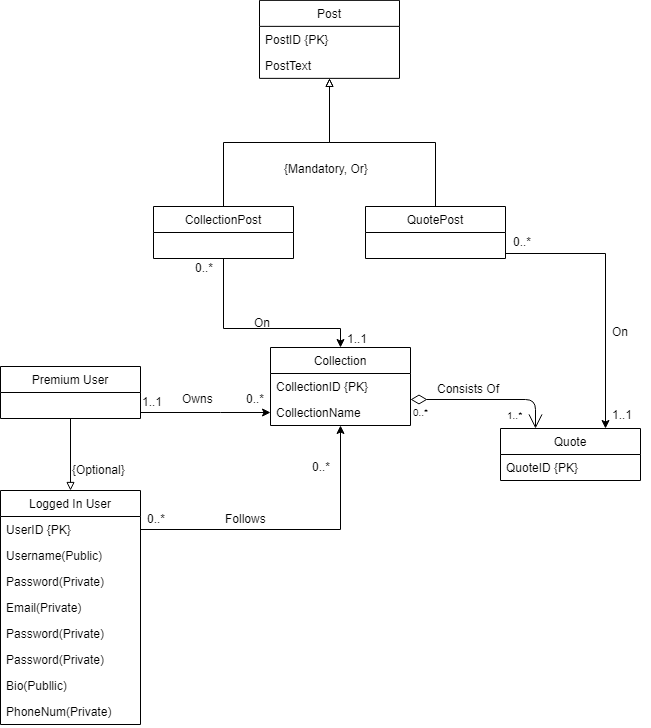
This is CS5610_final_project_uml_diagram_final_version.png from BrennanBeeler/CS5610-FinalProject, a draw.io export, as it was before one commit. Source tidied: cells renumbered, new cells last; positions are measured from the earlier drawing's top-left corner, leaving out a move shared by most shapes. The source it was exported from:
```xml
<mxGraphModel>
  <root>
    <mxCell id="0" />
    <mxCell id="1" parent="0" />
    <mxCell id="2" value="Logged In User" style="swimlane;fontStyle=0;horizontal=1;startSize=26;fillColor=none;" parent="1" vertex="1">
      <mxGeometry y="490" width="140" height="234" as="geometry" />
    </mxCell>
    <mxCell id="3" value="UserID {PK}" style="text;strokeColor=none;fillColor=none;align=left;verticalAlign=top;spacingLeft=4;spacingRight=4;overflow=hidden;points=[[0,0.5],[1,0.5]];portConstraint=eastwest;" parent="2" vertex="1">
      <mxGeometry y="26" width="140" height="26" as="geometry" />
    </mxCell>
    <mxCell id="4" value="Username(Public)" style="text;strokeColor=none;fillColor=none;align=left;verticalAlign=top;spacingLeft=4;spacingRight=4;overflow=hidden;" parent="2" vertex="1">
      <mxGeometry y="52" width="140" height="26" as="geometry" />
    </mxCell>
    <mxCell id="5" value="Password(Private)" style="text;strokeColor=none;fillColor=none;align=left;verticalAlign=top;spacingLeft=4;spacingRight=4;overflow=hidden;" parent="2" vertex="1">
      <mxGeometry y="78" width="140" height="26" as="geometry" />
    </mxCell>
    <mxCell id="6" value="Email(Private)" style="text;strokeColor=none;fillColor=none;align=left;verticalAlign=top;spacingLeft=4;spacingRight=4;overflow=hidden;" parent="2" vertex="1">
      <mxGeometry y="104" width="140" height="26" as="geometry" />
    </mxCell>
    <mxCell id="7" value="Password(Private)" style="text;strokeColor=none;fillColor=none;align=left;verticalAlign=top;spacingLeft=4;spacingRight=4;overflow=hidden;" parent="2" vertex="1">
      <mxGeometry y="130" width="140" height="26" as="geometry" />
    </mxCell>
    <mxCell id="8" value="Password(Private)" style="text;strokeColor=none;fillColor=none;align=left;verticalAlign=top;spacingLeft=4;spacingRight=4;overflow=hidden;" parent="2" vertex="1">
      <mxGeometry y="156" width="140" height="26" as="geometry" />
    </mxCell>
    <mxCell id="9" value="Bio(Publlic)" style="text;strokeColor=none;fillColor=none;align=left;verticalAlign=top;spacingLeft=4;spacingRight=4;overflow=hidden;" parent="2" vertex="1">
      <mxGeometry y="182" width="140" height="26" as="geometry" />
    </mxCell>
    <mxCell id="10" value="PhoneNum(Private)" style="text;strokeColor=none;fillColor=none;align=left;verticalAlign=top;spacingLeft=4;spacingRight=4;overflow=hidden;" parent="2" vertex="1">
      <mxGeometry y="208" width="140" height="26" as="geometry" />
    </mxCell>
    <mxCell id="11" style="edgeStyle=orthogonalEdgeStyle;rounded=0;jettySize=auto;html=1;endArrow=block;endFill=0;" parent="1" edge="1" source="12" target="2">
      <mxGeometry relative="1" as="geometry" />
    </mxCell>
    <mxCell id="12" value="Premium User" style="swimlane;fontStyle=0;horizontal=1;startSize=26;fillColor=none;" parent="1" vertex="1">
      <mxGeometry y="366" width="140" height="52" as="geometry" />
    </mxCell>
    <mxCell id="13" value="Quote" style="swimlane;fontStyle=0;horizontal=1;startSize=26;fillColor=none;" parent="1" vertex="1">
      <mxGeometry x="500" y="428" width="140" height="52" as="geometry" />
    </mxCell>
    <mxCell id="14" value="QuoteID {PK}" style="text;strokeColor=none;fillColor=none;align=left;verticalAlign=top;spacingLeft=4;spacingRight=4;overflow=hidden;" parent="13" vertex="1">
      <mxGeometry y="26" width="140" height="26" as="geometry" />
    </mxCell>
    <mxCell id="15" value="{Optional}" style="text;html=1;align=left;verticalAlign=top;spacingTop=-4;" parent="1" vertex="1">
      <mxGeometry x="70" y="460" width="70" height="20" as="geometry" />
    </mxCell>
    <mxCell id="16" value="Collection" style="swimlane;fontStyle=0;horizontal=1;startSize=26;fillColor=none;" parent="1" vertex="1">
      <mxGeometry x="270" y="347" width="140" height="78" as="geometry" />
    </mxCell>
    <mxCell id="17" value="CollectionID {PK}" style="text;strokeColor=none;fillColor=none;align=left;verticalAlign=top;spacingLeft=4;spacingRight=4;overflow=hidden;" parent="16" vertex="1">
      <mxGeometry y="26" width="140" height="26" as="geometry" />
    </mxCell>
    <mxCell id="18" value="CollectionName" style="text;strokeColor=none;fillColor=none;align=left;verticalAlign=top;spacingLeft=4;spacingRight=4;overflow=hidden;" parent="16" vertex="1">
      <mxGeometry y="52" width="140" height="26" as="geometry" />
    </mxCell>
    <mxCell id="19" style="edgeStyle=orthogonalEdgeStyle;rounded=0;jettySize=auto;html=1;exitX=1;exitY=0.5;exitDx=0;exitDy=0;" parent="1" edge="1" target="16">
      <mxGeometry relative="1" as="geometry">
        <mxPoint x="140.3" y="411.7" as="sourcePoint" />
        <Array as="points">
          <mxPoint x="220" y="412" />
          <mxPoint x="220" y="412" />
        </Array>
      </mxGeometry>
    </mxCell>
    <mxCell id="20" value="Owns" style="text;html=1;align=left;verticalAlign=top;spacingTop=-4;" parent="1" vertex="1">
      <mxGeometry x="180" y="389" width="50" height="20" as="geometry" />
    </mxCell>
    <mxCell id="21" value="1..1" style="text;html=1;align=left;verticalAlign=top;spacingTop=-4;" parent="1" vertex="1">
      <mxGeometry x="140" y="392" width="40" height="20" as="geometry" />
    </mxCell>
    <mxCell id="22" value="0..*" style="text;html=1;align=left;verticalAlign=top;spacingTop=-4;" parent="1" vertex="1">
      <mxGeometry x="244" y="389" width="30" height="20" as="geometry" />
    </mxCell>
    <mxCell id="23" style="endArrow=open;html=1;endSize=12;startArrow=diamondThin;startSize=14;startFill=0;edgeStyle=orthogonalEdgeStyle;" parent="1" edge="1" source="16" target="13">
      <mxGeometry relative="1" as="geometry">
        <Array as="points">
          <mxPoint x="535" y="399" />
        </Array>
      </mxGeometry>
    </mxCell>
    <mxCell id="24" value="0..*" style="html=1;align=left;verticalAlign=top;labelBackgroundColor=#ffffff;fontSize=10;" parent="23" vertex="1">
      <mxGeometry x="-1" relative="1" as="geometry" />
    </mxCell>
    <mxCell id="25" value="1..*" style="html=1;align=right;verticalAlign=top;labelBackgroundColor=#ffffff;fontSize=10;" parent="23" vertex="1">
      <mxGeometry x="1" relative="1" as="geometry">
        <mxPoint x="-11" y="-26" as="offset" />
      </mxGeometry>
    </mxCell>
    <mxCell id="26" style="edgeStyle=orthogonalEdgeStyle;rounded=0;jettySize=auto;html=1;exitX=1;exitY=0.5;exitDx=0;exitDy=0;" parent="1" edge="1" source="3" target="16">
      <mxGeometry relative="1" as="geometry" />
    </mxCell>
    <mxCell id="27" value="Follows" style="text;html=1;align=left;verticalAlign=top;spacingTop=-4;" parent="1" vertex="1">
      <mxGeometry x="223" y="509" width="60" height="20" as="geometry" />
    </mxCell>
    <mxCell id="28" value="0..*" style="text;html=1;align=left;verticalAlign=top;spacingTop=-4;" parent="1" vertex="1">
      <mxGeometry x="145" y="509" width="30" height="20" as="geometry" />
    </mxCell>
    <mxCell id="29" value="0..*" style="text;html=1;align=left;verticalAlign=top;spacingTop=-4;" parent="1" vertex="1">
      <mxGeometry x="310" y="457" width="30" height="20" as="geometry" />
    </mxCell>
    <mxCell id="30" value="Consists Of" style="text;html=1;align=left;verticalAlign=top;spacingTop=-4;" parent="1" vertex="1">
      <mxGeometry x="435" y="379" width="80" height="20" as="geometry" />
    </mxCell>
    <mxCell id="31" value="Post" style="swimlane;fontStyle=0;horizontal=1;startSize=26;fillColor=none;" parent="1" vertex="1">
      <mxGeometry x="259" y="-0.1" width="140" height="78" as="geometry" />
    </mxCell>
    <mxCell id="32" value="PostID {PK}" style="text;strokeColor=none;fillColor=none;align=left;verticalAlign=top;spacingLeft=4;spacingRight=4;overflow=hidden;" parent="31" vertex="1">
      <mxGeometry y="26" width="140" height="26" as="geometry" />
    </mxCell>
    <mxCell id="33" value="PostText" style="text;strokeColor=none;fillColor=none;align=left;verticalAlign=top;spacingLeft=4;spacingRight=4;overflow=hidden;" parent="31" vertex="1">
      <mxGeometry y="52" width="140" height="26" as="geometry" />
    </mxCell>
    <mxCell id="34" style="edgeStyle=orthogonalEdgeStyle;rounded=0;jettySize=auto;html=1;exitX=0.5;exitY=0;exitDx=0;exitDy=0;endArrow=block;endFill=0;" parent="1" edge="1" source="35" target="31">
      <mxGeometry relative="1" as="geometry" />
    </mxCell>
    <mxCell id="35" value="CollectionPost" style="swimlane;fontStyle=0;horizontal=1;startSize=26;fillColor=none;" parent="1" vertex="1">
      <mxGeometry x="153" y="206" width="140" height="52" as="geometry" />
    </mxCell>
    <mxCell id="36" style="edgeStyle=orthogonalEdgeStyle;rounded=0;jettySize=auto;html=1;exitX=0.5;exitY=0;exitDx=0;exitDy=0;endArrow=block;endFill=0;" parent="1" edge="1" source="37" target="31">
      <mxGeometry relative="1" as="geometry" />
    </mxCell>
    <mxCell id="37" value="QuotePost" style="swimlane;fontStyle=0;horizontal=1;startSize=26;fillColor=none;" parent="1" vertex="1">
      <mxGeometry x="365" y="206" width="140" height="52" as="geometry" />
    </mxCell>
    <mxCell id="38" style="edgeStyle=orthogonalEdgeStyle;rounded=0;jettySize=auto;html=1;" parent="1" edge="1" source="35" target="16">
      <mxGeometry relative="1" as="geometry">
        <Array as="points">
          <mxPoint x="223" y="328" />
          <mxPoint x="340" y="328" />
        </Array>
      </mxGeometry>
    </mxCell>
    <mxCell id="39" style="edgeStyle=orthogonalEdgeStyle;rounded=0;jettySize=auto;html=1;" parent="1" edge="1" source="37" target="13">
      <mxGeometry relative="1" as="geometry">
        <Array as="points">
          <mxPoint x="605" y="253" />
        </Array>
      </mxGeometry>
    </mxCell>
    <mxCell id="40" value="On" style="text;html=1;align=left;verticalAlign=top;spacingTop=-4;" parent="1" vertex="1">
      <mxGeometry x="610" y="322" width="30" height="20" as="geometry" />
    </mxCell>
    <mxCell id="41" value="On" style="text;html=1;align=left;verticalAlign=top;spacingTop=-4;" parent="1" vertex="1">
      <mxGeometry x="252" y="313" width="30" height="20" as="geometry" />
    </mxCell>
    <mxCell id="42" value="{Mandatory, Or}" style="text;html=1;align=left;verticalAlign=top;spacingTop=-4;" parent="1" vertex="1">
      <mxGeometry x="282" y="159" width="100" height="20" as="geometry" />
    </mxCell>
    <mxCell id="43" value="0..*" style="text;html=1;align=left;verticalAlign=top;spacingTop=-4;" parent="1" vertex="1">
      <mxGeometry x="193" y="258" width="30" height="20" as="geometry" />
    </mxCell>
    <mxCell id="44" value="1..1" style="text;html=1;align=left;verticalAlign=top;spacingTop=-4;" parent="1" vertex="1">
      <mxGeometry x="345" y="329" width="40" height="20" as="geometry" />
    </mxCell>
    <mxCell id="45" value="0..*" style="text;html=1;align=left;verticalAlign=top;spacingTop=-4;" parent="1" vertex="1">
      <mxGeometry x="511" y="232" width="30" height="20" as="geometry" />
    </mxCell>
    <mxCell id="46" value="1..1" style="text;html=1;align=left;verticalAlign=top;spacingTop=-4;" parent="1" vertex="1">
      <mxGeometry x="610" y="405" width="40" height="20" as="geometry" />
    </mxCell>
  </root>
</mxGraphModel>
```
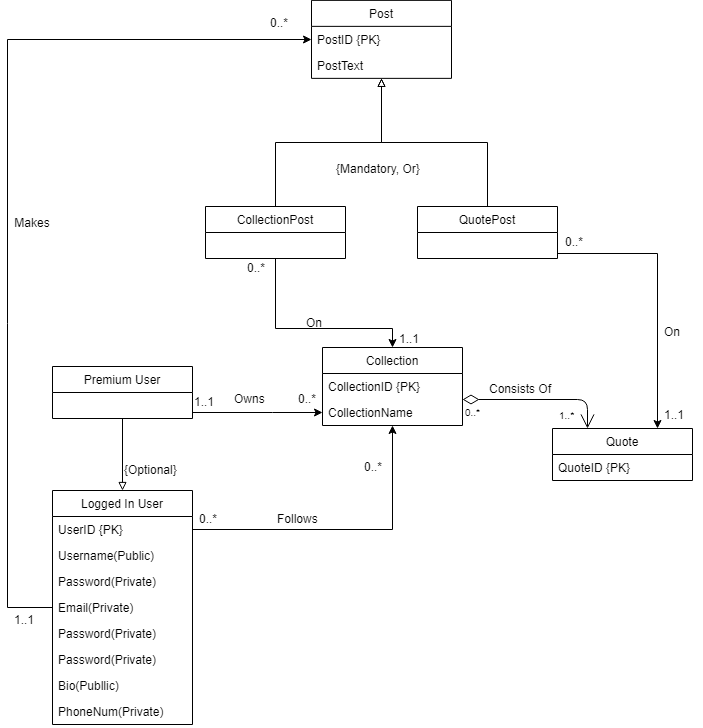
The same diagram one commit later.

Change to the diagram source:
```diff
@@ -158,5 +158,22 @@
     <mxCell id="46" value="1..1" style="text;html=1;align=left;verticalAlign=top;spacingTop=-4;" parent="1" vertex="1">
       <mxGeometry x="610" y="405" width="40" height="20" as="geometry" />
     </mxCell>
+    <mxCell id="47" style="edgeStyle=orthogonalEdgeStyle;rounded=0;jettySize=auto;html=1;" parent="1" edge="1" source="2" target="31">
+      <mxGeometry relative="1" as="geometry">
+        <Array as="points">
+          <mxPoint x="-45" y="607" />
+          <mxPoint x="-45" y="39" />
+        </Array>
+      </mxGeometry>
+    </mxCell>
+    <mxCell id="48" value="Makes" style="text;html=1;strokeColor=none;fillColor=none;align=center;verticalAlign=middle;whiteSpace=wrap;rounded=0;" parent="1" vertex="1">
+      <mxGeometry x="-40" y="212" width="40" height="20" as="geometry" />
+    </mxCell>
+    <mxCell id="49" value="0..*" style="text;html=1;align=left;verticalAlign=top;spacingTop=-4;" parent="1" vertex="1">
+      <mxGeometry x="216" y="13" width="30" height="20" as="geometry" />
+    </mxCell>
+    <mxCell id="50" value="1..1" style="text;html=1;align=left;verticalAlign=top;spacingTop=-4;" parent="1" vertex="1">
+      <mxGeometry x="-40" y="610" width="40" height="20" as="geometry" />
+    </mxCell>
   </root>
 </mxGraphModel>
```
